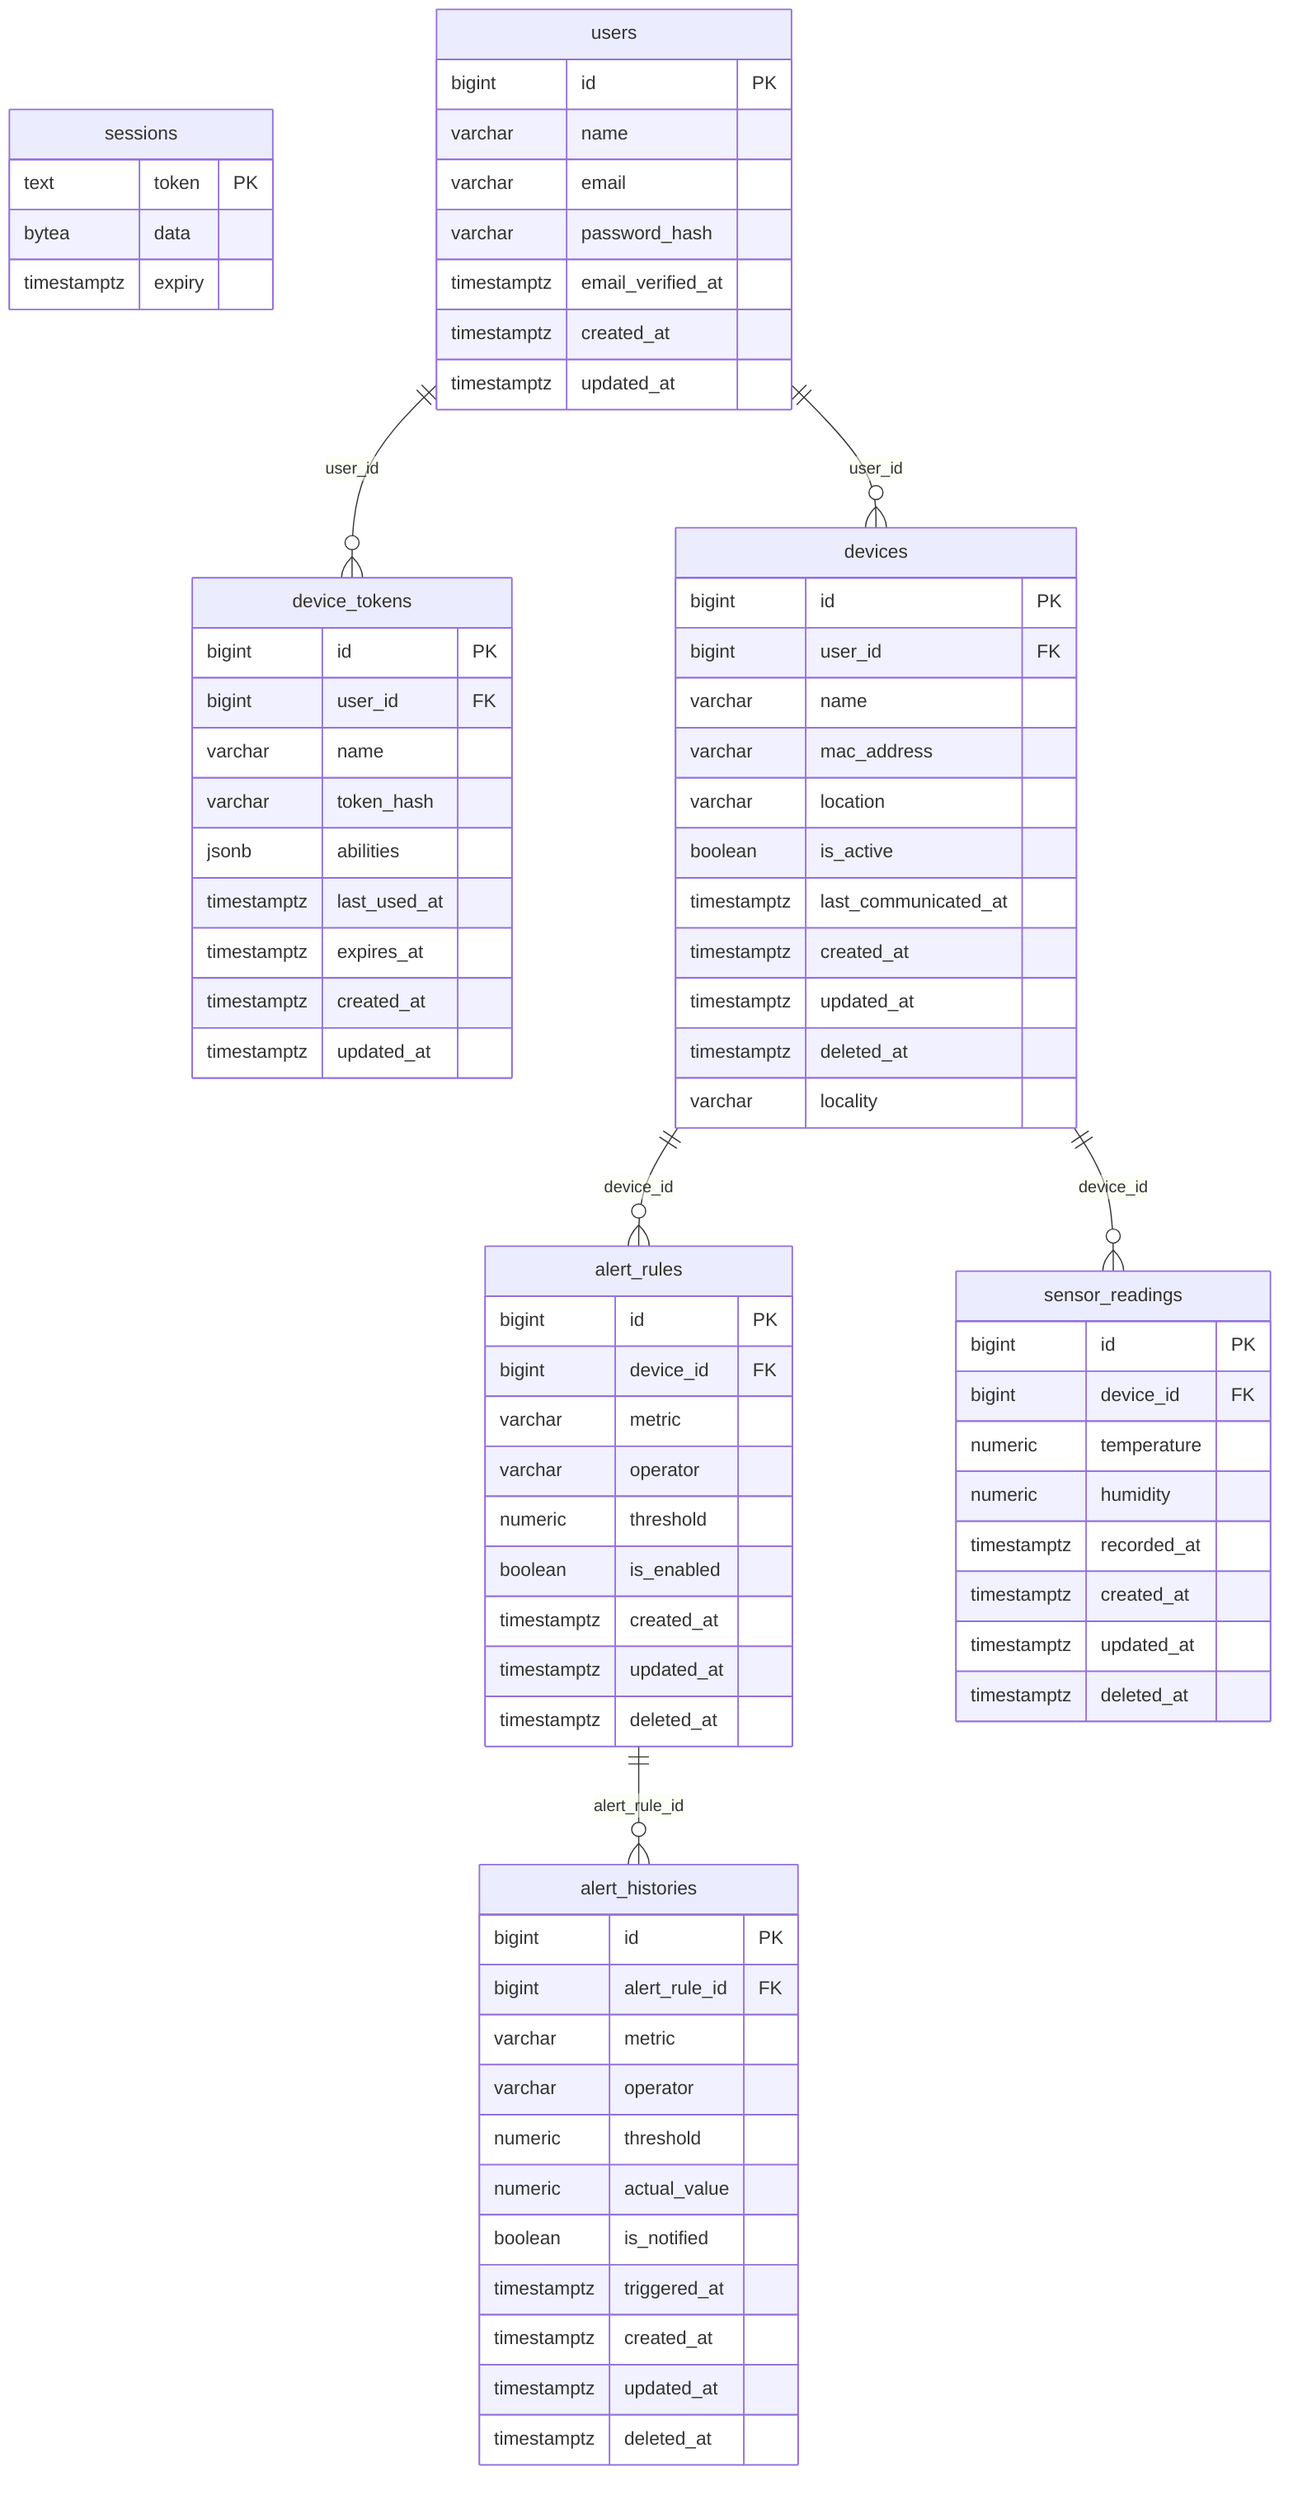
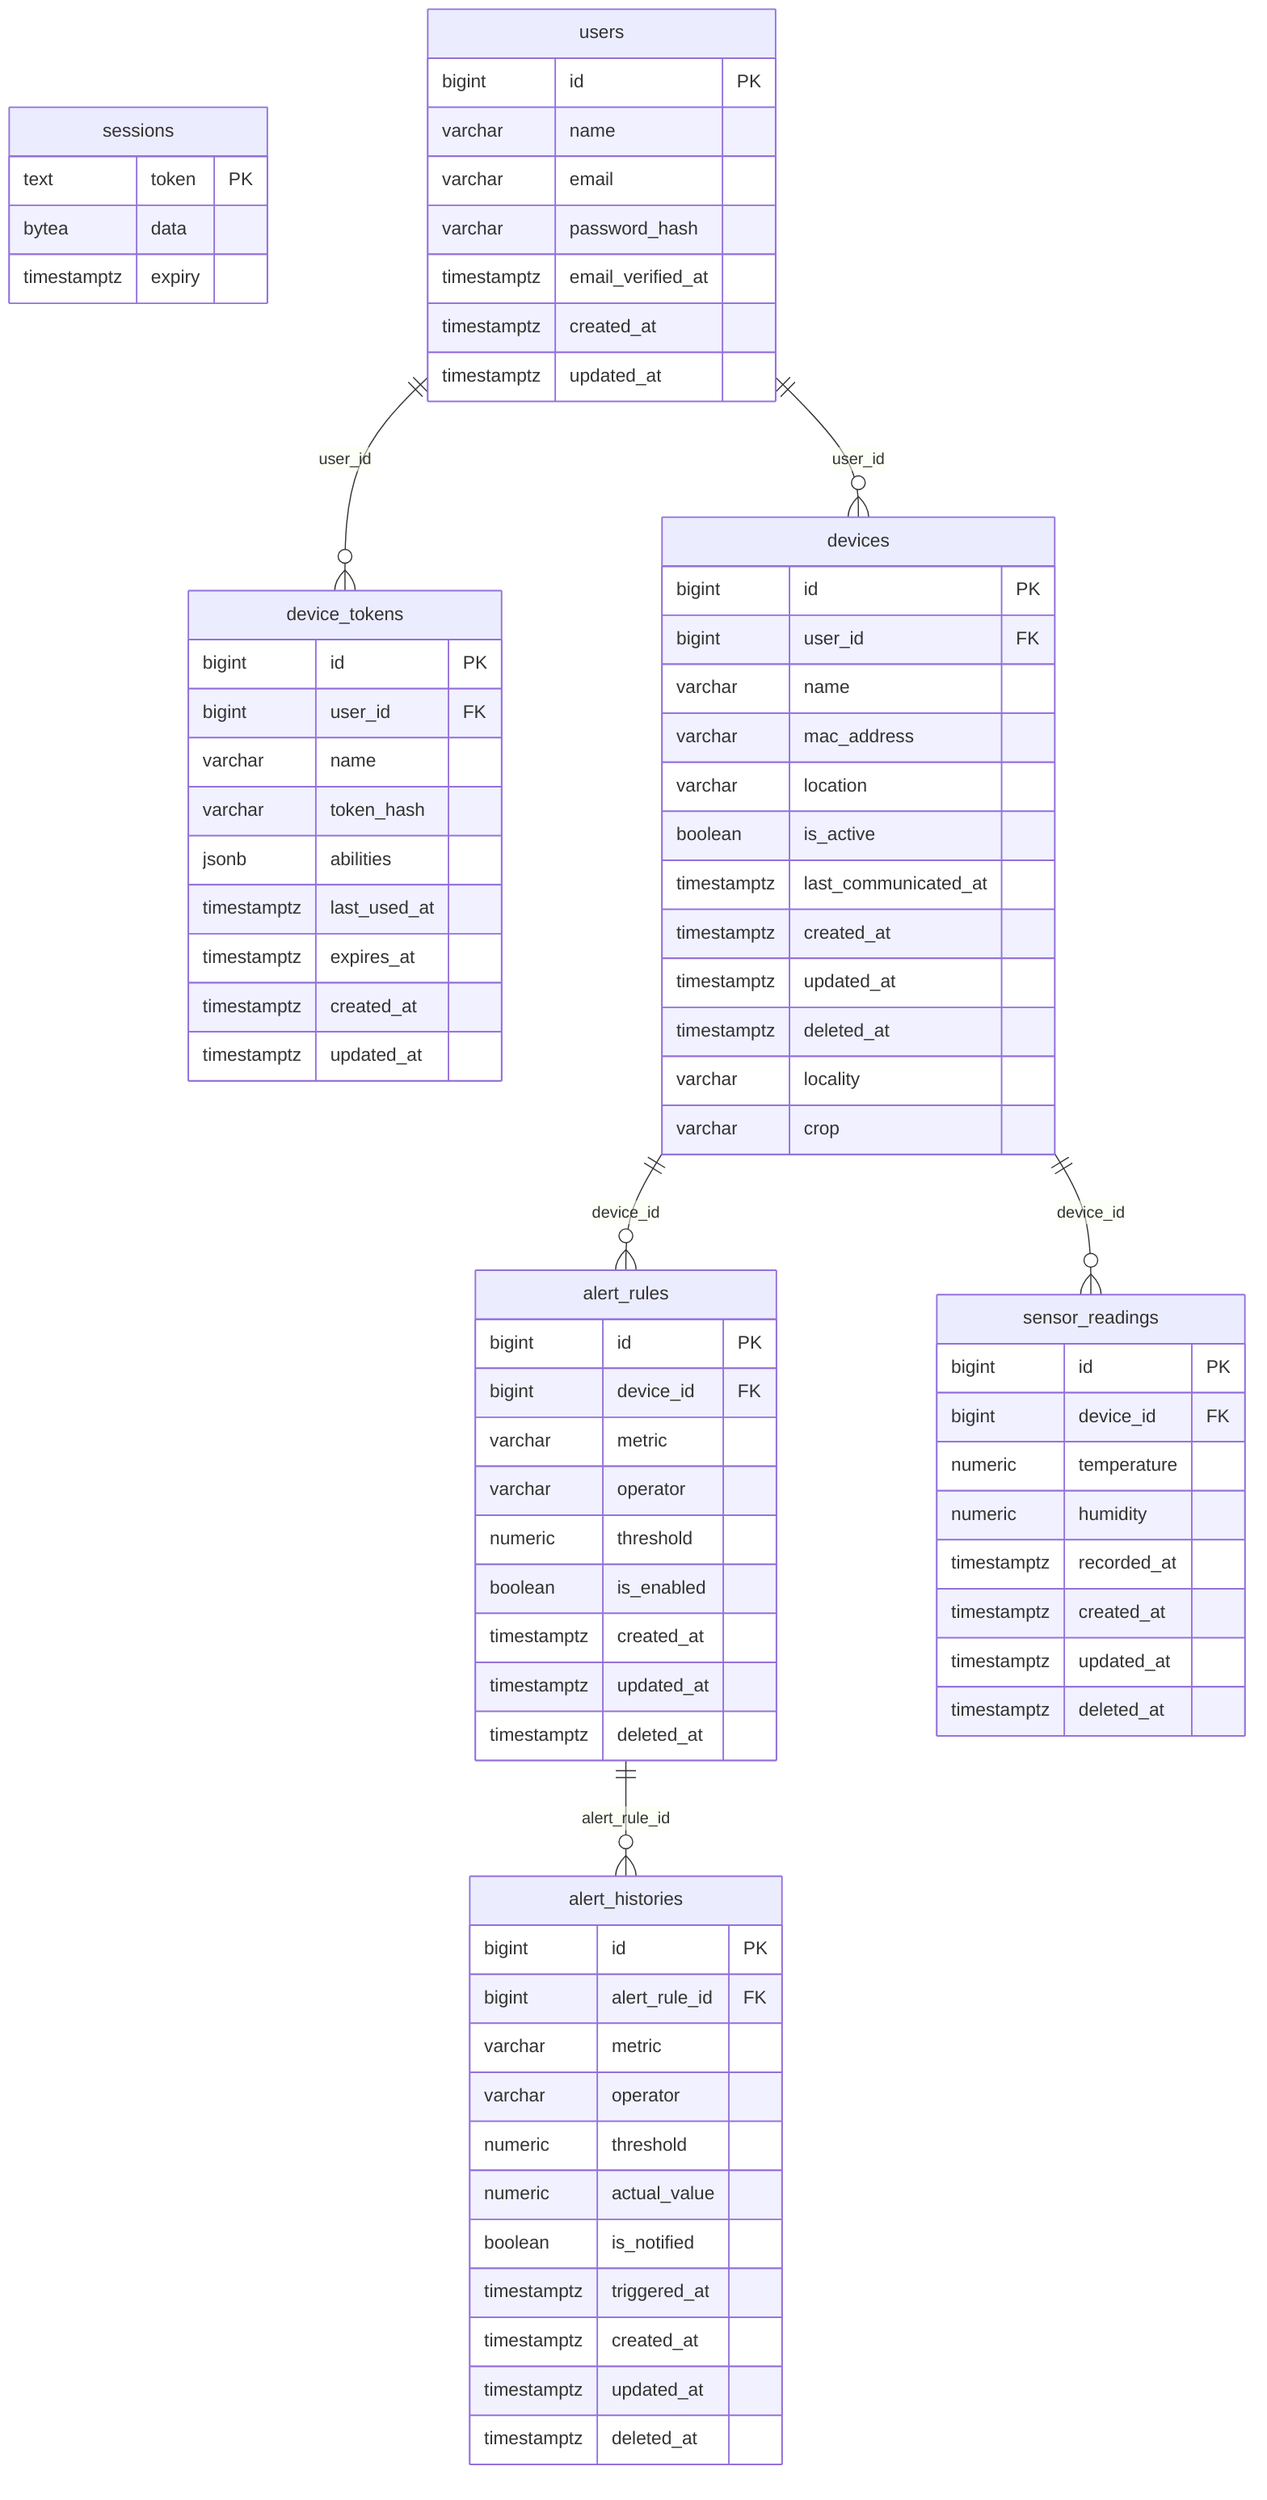
erDiagram
%% DBスナップショット — ER図 (Mermaid)。make db-snapshot で自動生成。手動編集しない。
%% 外部キー制約は張らない方針のため、関連は <table>_id 命名からの推論（論理リレーション）。
    alert_histories {
        bigint id PK
        bigint alert_rule_id FK
        varchar metric
        varchar operator
        numeric threshold
        numeric actual_value
        boolean is_notified
        timestamptz triggered_at
        timestamptz created_at
        timestamptz updated_at
        timestamptz deleted_at
    }
    alert_rules {
        bigint id PK
        bigint device_id FK
        varchar metric
        varchar operator
        numeric threshold
        boolean is_enabled
        timestamptz created_at
        timestamptz updated_at
        timestamptz deleted_at
    }
    device_tokens {
        bigint id PK
        bigint user_id FK
        varchar name
        varchar token_hash
        jsonb abilities
        timestamptz last_used_at
        timestamptz expires_at
        timestamptz created_at
        timestamptz updated_at
    }
    devices {
        bigint id PK
        bigint user_id FK
        varchar name
        varchar mac_address
        varchar location
        boolean is_active
        timestamptz last_communicated_at
        timestamptz created_at
        timestamptz updated_at
        timestamptz deleted_at
        varchar locality
+         varchar crop
    }
    sensor_readings {
        bigint id PK
        bigint device_id FK
        numeric temperature
        numeric humidity
        timestamptz recorded_at
        timestamptz created_at
        timestamptz updated_at
        timestamptz deleted_at
    }
    sessions {
        text token PK
        bytea data
        timestamptz expiry
    }
    users {
        bigint id PK
        varchar name
        varchar email
        varchar password_hash
        timestamptz email_verified_at
        timestamptz created_at
        timestamptz updated_at
    }
    alert_rules ||--o{ alert_histories : alert_rule_id
    devices ||--o{ alert_rules : device_id
    users ||--o{ device_tokens : user_id
    users ||--o{ devices : user_id
    devices ||--o{ sensor_readings : device_id
